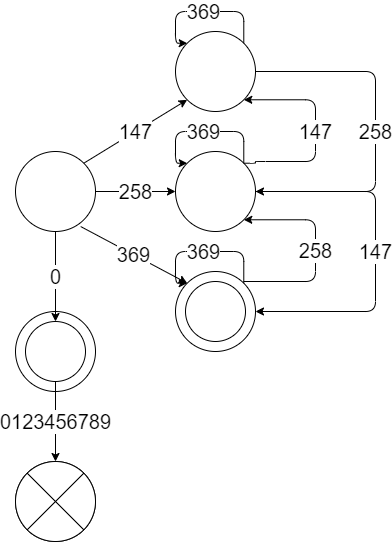
The draw.io diagram pics/2HW2task1.png in trilis/-fl-2021-hse, before a commit. Source tidied: cells renumbered, new cells last; positions are measured from the earlier drawing's top-left corner, leaving out a move shared by most shapes. Source of this version:
```xml
<mxGraphModel>
  <root>
    <mxCell id="0" />
    <mxCell id="1" parent="0" />
    <mxCell id="2" style="edgeStyle=orthogonalEdgeStyle;rounded=0;jettySize=auto;html=1;exitX=1;exitY=0.5;exitDx=0;exitDy=0;" parent="1" edge="1" source="3">
      <mxGeometry relative="1" as="geometry">
        <mxPoint x="239.9" y="59.9" as="targetPoint" />
      </mxGeometry>
    </mxCell>
    <mxCell id="3" style="ellipse;whiteSpace=wrap;html=1;" parent="1" vertex="1">
      <mxGeometry x="160" y="20" width="80" height="80" as="geometry" />
    </mxCell>
    <mxCell id="4" style="ellipse;whiteSpace=wrap;html=1;" parent="1" vertex="1">
      <mxGeometry x="160" y="140" width="80" height="80" as="geometry" />
    </mxCell>
    <mxCell id="5" style="ellipse;whiteSpace=wrap;html=1;" parent="1" vertex="1">
      <mxGeometry x="160" y="260" width="80" height="80" as="geometry" />
    </mxCell>
    <mxCell id="6" style="ellipse;whiteSpace=wrap;html=1;" parent="1" vertex="1">
      <mxGeometry y="450" width="80" height="80" as="geometry" />
    </mxCell>
    <mxCell id="7" style="ellipse;whiteSpace=wrap;html=1;" parent="1" vertex="1">
      <mxGeometry y="300" width="80" height="80" as="geometry" />
    </mxCell>
    <mxCell id="8" value="&lt;font style=&quot;font-size: 20px&quot;&gt;0&lt;/font&gt;&lt;font style=&quot;font-size: 20px&quot;&gt;1&lt;/font&gt;&lt;font style=&quot;font-size: 20px&quot;&gt;2&lt;/font&gt;&lt;font style=&quot;font-size: 20px&quot;&gt;3456789&lt;/font&gt;" style="edgeStyle=orthogonalEdgeStyle;rounded=0;jettySize=auto;html=1;" parent="1" edge="1" source="9" target="6">
      <mxGeometry relative="1" as="geometry" />
    </mxCell>
    <mxCell id="9" style="ellipse;whiteSpace=wrap;html=1;" parent="1" vertex="1">
      <mxGeometry x="10" y="310" width="60" height="60" as="geometry" />
    </mxCell>
    <mxCell id="10" value="&lt;span style=&quot;font-size: 20px&quot;&gt;0&lt;/span&gt;" style="edgeStyle=orthogonalEdgeStyle;rounded=0;jettySize=auto;html=1;" parent="1" edge="1" source="12" target="9">
      <mxGeometry relative="1" as="geometry" />
    </mxCell>
    <mxCell id="11" value="&lt;font style=&quot;font-size: 20px&quot;&gt;258&lt;/font&gt;" style="edgeStyle=orthogonalEdgeStyle;rounded=0;jettySize=auto;html=1;entryX=0;entryY=0.5;entryDx=0;entryDy=0;" parent="1" edge="1" source="12" target="4">
      <mxGeometry relative="1" as="geometry" />
    </mxCell>
    <mxCell id="12" style="ellipse;whiteSpace=wrap;html=1;" parent="1" vertex="1">
      <mxGeometry y="140" width="80" height="80" as="geometry" />
    </mxCell>
    <mxCell id="13" value="&lt;font style=&quot;font-size: 20px&quot;&gt;147&lt;/font&gt;" style="endArrow=classic;html=1;exitX=1;exitY=0;exitDx=0;exitDy=0;entryX=0;entryY=1;entryDx=0;entryDy=0;" parent="1" edge="1" source="12" target="3">
      <mxGeometry relative="1" as="geometry" />
    </mxCell>
    <mxCell id="14" value="&lt;font style=&quot;font-size: 20px&quot;&gt;369&lt;/font&gt;" style="endArrow=classic;html=1;exitX=0.815;exitY=0.938;exitDx=0;exitDy=0;entryX=0;entryY=0;entryDx=0;entryDy=0;exitPerimeter=0;" parent="1" edge="1" source="12" target="5">
      <mxGeometry relative="1" as="geometry" />
    </mxCell>
    <mxCell id="15" value="&lt;font style=&quot;font-size: 20px&quot;&gt;369&lt;/font&gt;" style="edgeStyle=segmentEdgeStyle;endArrow=classic;html=1;exitX=1;exitY=0;exitDx=0;exitDy=0;entryX=0;entryY=0;entryDx=0;entryDy=0;" parent="1" edge="1" source="3" target="3">
      <mxGeometry relative="1" as="geometry">
        <Array as="points">
          <mxPoint x="228" />
          <mxPoint x="160" />
          <mxPoint x="160" y="32" />
        </Array>
      </mxGeometry>
    </mxCell>
    <mxCell id="16" value="&lt;font style=&quot;font-size: 20px&quot;&gt;369&lt;/font&gt;" style="edgeStyle=segmentEdgeStyle;endArrow=classic;html=1;exitX=1;exitY=0;exitDx=0;exitDy=0;entryX=0;entryY=0;entryDx=0;entryDy=0;" parent="1" edge="1">
      <mxGeometry relative="1" as="geometry">
        <mxPoint x="228.3" y="151.7" as="sourcePoint" />
        <mxPoint x="171.7" y="151.7" as="targetPoint" />
        <Array as="points">
          <mxPoint x="228" y="120" />
          <mxPoint x="160" y="120" />
          <mxPoint x="160" y="152" />
        </Array>
      </mxGeometry>
    </mxCell>
    <mxCell id="17" value="&lt;font style=&quot;font-size: 20px&quot;&gt;369&lt;/font&gt;" style="edgeStyle=segmentEdgeStyle;endArrow=classic;html=1;exitX=1;exitY=0;exitDx=0;exitDy=0;entryX=0;entryY=0;entryDx=0;entryDy=0;" parent="1" edge="1">
      <mxGeometry relative="1" as="geometry">
        <mxPoint x="228.3" y="271.7" as="sourcePoint" />
        <mxPoint x="171.7" y="271.7" as="targetPoint" />
        <Array as="points">
          <mxPoint x="228" y="240" />
          <mxPoint x="160" y="240" />
          <mxPoint x="160" y="272" />
        </Array>
      </mxGeometry>
    </mxCell>
    <mxCell id="18" value="&lt;font style=&quot;font-size: 20px&quot;&gt;258&lt;/font&gt;" style="edgeStyle=segmentEdgeStyle;endArrow=classic;html=1;entryX=1;entryY=1;entryDx=0;entryDy=0;" parent="1" edge="1" target="4">
      <mxGeometry relative="1" as="geometry">
        <mxPoint x="228" y="270" as="sourcePoint" />
        <Array as="points">
          <mxPoint x="300" y="270" />
          <mxPoint x="300" y="208" />
        </Array>
      </mxGeometry>
    </mxCell>
    <mxCell id="19" value="&lt;font style=&quot;font-size: 20px&quot;&gt;147&lt;/font&gt;" style="edgeStyle=segmentEdgeStyle;endArrow=classic;html=1;entryX=1;entryY=1;entryDx=0;entryDy=0;exitX=1;exitY=0;exitDx=0;exitDy=0;" parent="1" edge="1" source="4" target="3">
      <mxGeometry relative="1" as="geometry">
        <Array as="points">
          <mxPoint x="240" y="152" />
          <mxPoint x="240" y="150" />
          <mxPoint x="300" y="150" />
          <mxPoint x="300" y="88" />
        </Array>
      </mxGeometry>
    </mxCell>
    <mxCell id="20" value="&lt;font style=&quot;font-size: 20px&quot;&gt;258&lt;/font&gt;" style="edgeStyle=segmentEdgeStyle;endArrow=classic;html=1;entryX=1;entryY=0.5;entryDx=0;entryDy=0;exitX=1;exitY=0.5;exitDx=0;exitDy=0;" parent="1" edge="1" source="3" target="4">
      <mxGeometry relative="1" as="geometry">
        <Array as="points">
          <mxPoint x="360" y="60" />
          <mxPoint x="360" y="180" />
        </Array>
      </mxGeometry>
    </mxCell>
    <mxCell id="21" value="&lt;font style=&quot;font-size: 20px&quot;&gt;147&lt;/font&gt;" style="edgeStyle=segmentEdgeStyle;endArrow=classic;html=1;entryX=1;entryY=0.5;entryDx=0;entryDy=0;exitX=1;exitY=0.5;exitDx=0;exitDy=0;" parent="1" edge="1">
      <mxGeometry relative="1" as="geometry">
        <mxPoint x="240" y="180" as="sourcePoint" />
        <mxPoint x="240" y="300" as="targetPoint" />
        <Array as="points">
          <mxPoint x="360" y="180" />
          <mxPoint x="360" y="300" />
        </Array>
      </mxGeometry>
    </mxCell>
    <mxCell id="22" style="shape=sumEllipse;perimeter=ellipsePerimeter;whiteSpace=wrap;html=1;backgroundOutline=1;" parent="1" vertex="1">
      <mxGeometry y="450" width="80" height="80" as="geometry" />
    </mxCell>
    <mxCell id="23" style="ellipse;whiteSpace=wrap;html=1;" parent="1" vertex="1">
      <mxGeometry x="170" y="270" width="60" height="60" as="geometry" />
    </mxCell>
  </root>
</mxGraphModel>
```
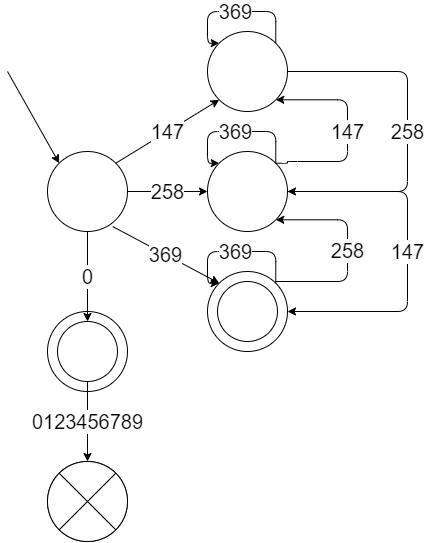
Later version of the same file.

Change to the diagram source:
```diff
@@ -117,5 +117,10 @@
     <mxCell id="23" style="ellipse;whiteSpace=wrap;html=1;" parent="1" vertex="1">
       <mxGeometry x="170" y="270" width="60" height="60" as="geometry" />
     </mxCell>
+    <mxCell id="24" style="endArrow=classic;html=1;entryX=0;entryY=0;entryDx=0;entryDy=0;" parent="1" edge="1" target="12">
+      <mxGeometry relative="1" as="geometry">
+        <mxPoint x="-40" y="60" as="sourcePoint" />
+      </mxGeometry>
+    </mxCell>
   </root>
 </mxGraphModel>
```
